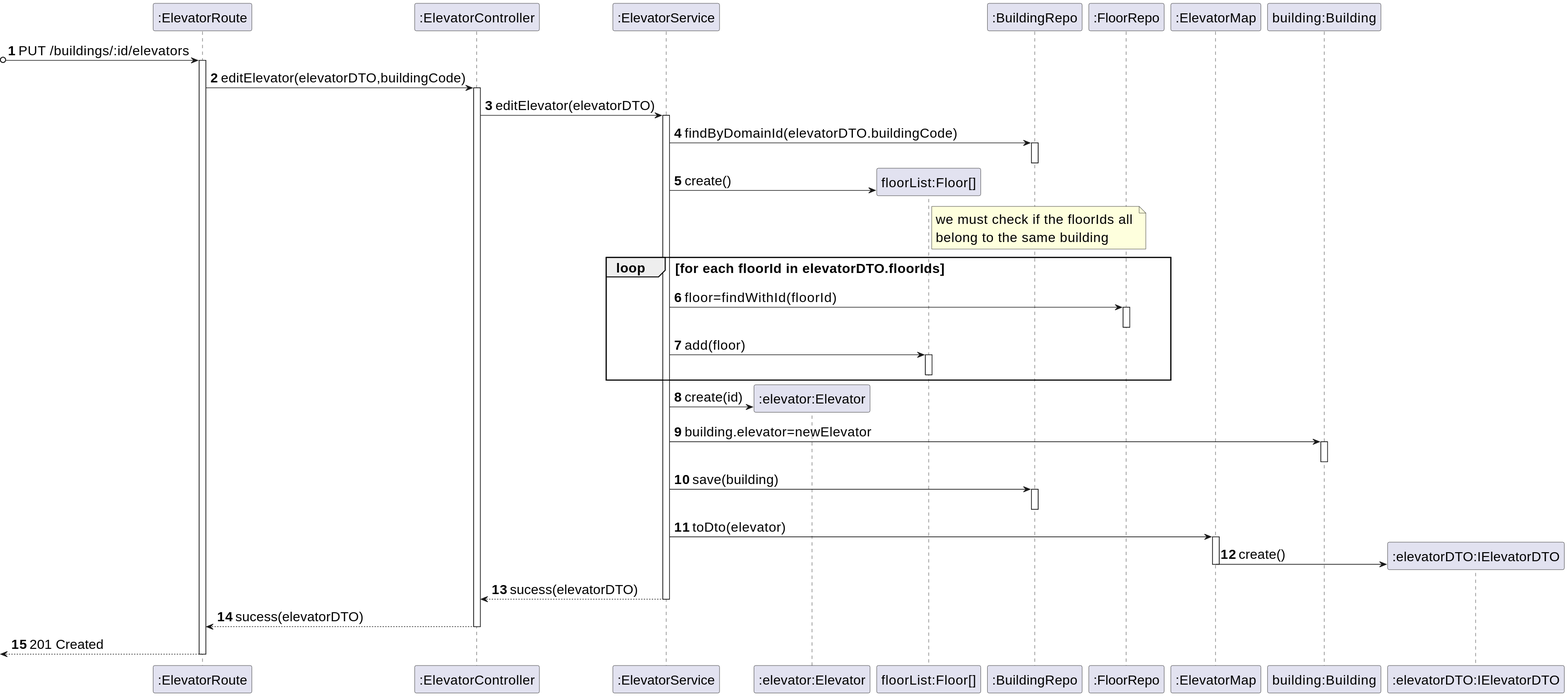
This is _wiki/sprint-a/us14-280/views/level-3/assets/_process-view.svg from miseEnPlace-dev/lapr5, a PlantUML export, as it was before one commit.
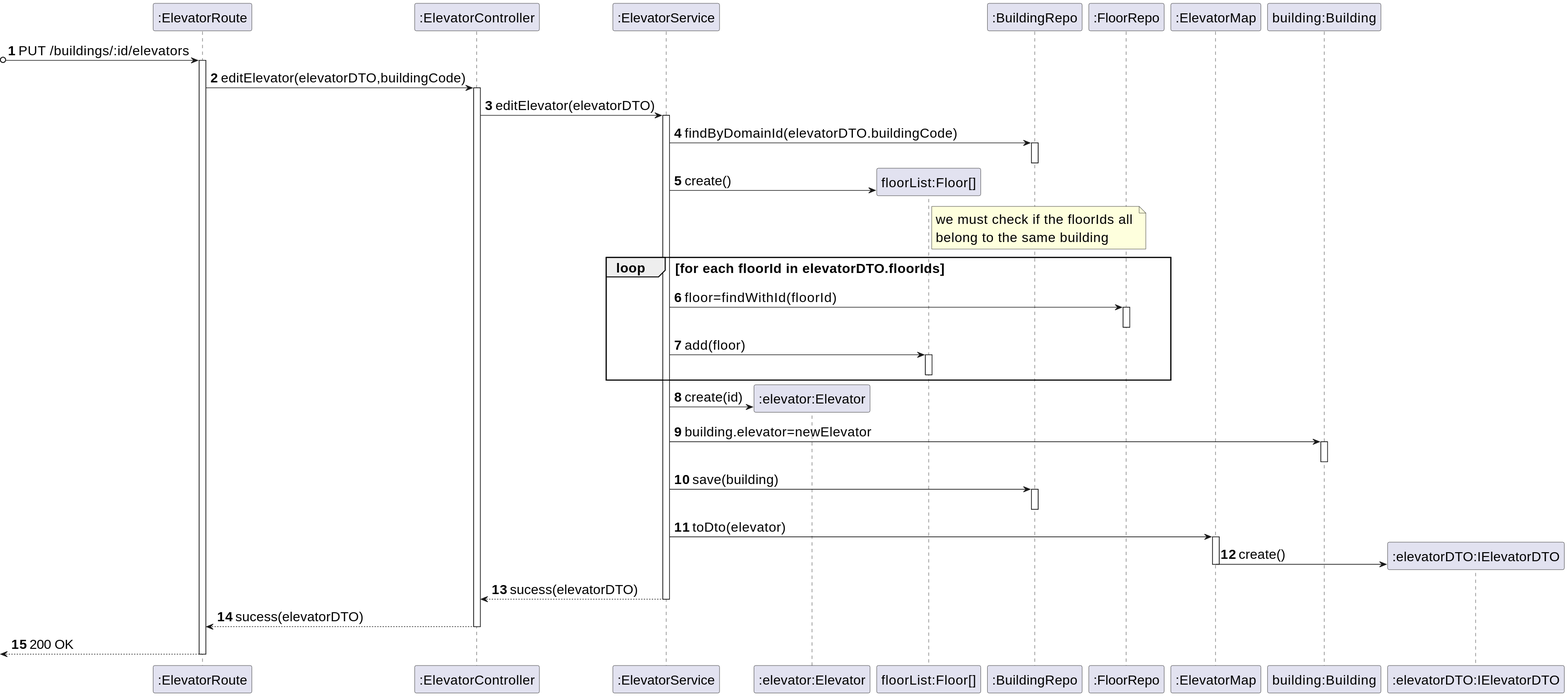
The same diagram one commit later.

Change to the diagram source:
```diff
@@ -50,6 +50,6 @@
 deactivate SRV
 CTRL --> ROUTE : sucess(elevatorDTO)
 deactivate CTRL
-<-- ROUTE : 201 Created
+<-- ROUTE : 200 OK
 deactivate ROUTE
 @enduml
```
